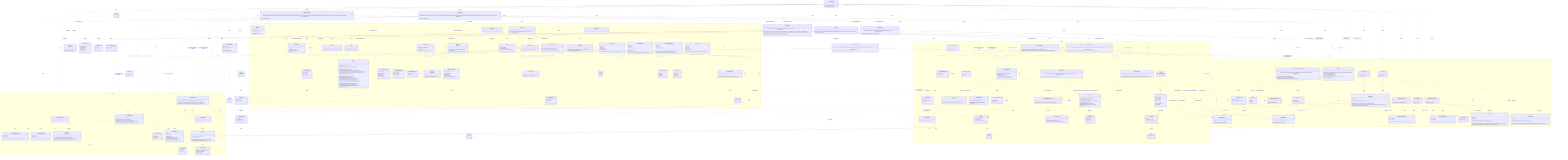
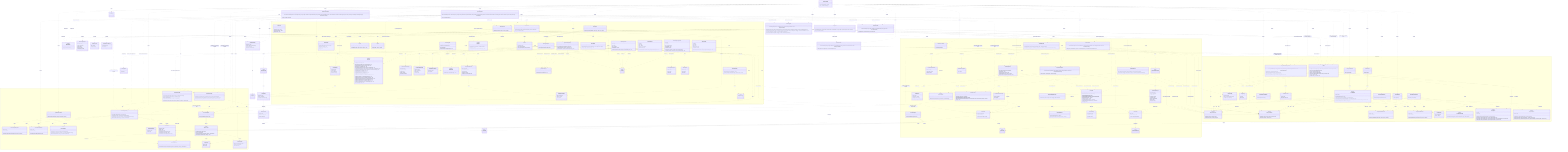
%% Authoritative, system-wide contract chart: every class and every relationship,
%% including the cross-domain interactions between modules.
%% For focused, per-domain views (intra-domain relationships only), see
%% docs/contracts/domains/ (one chart per domain + a README).
classDiagram
  direction TB

  class LicenseWizard {
    +LicenseWizard(args: string[])
    +run() Promise~Answer[]~
  }

  class IWizardMode {
    <<interface>>
    +run() Promise~Answer[]~
  }

  class InteractiveMode {
    +InteractiveMode(licenses: LicenseRepository, config: Config, manifests: ProjectManifestRepository, installer: LicenseInstaller, generator: LicenseGenerator, headers: HeaderApplier, renderer: IRenderer, reporter: IReporter, flags: WizardFlags)
    +run() Promise~Answer[]~
  }

  class NonInteractiveMode {
    +NonInteractiveMode(licenses: LicenseRepository, config: Config, manifests: ProjectManifestRepository, installer: LicenseInstaller, generator: LicenseGenerator, headers: HeaderApplier, reporter: IReporter, flags: WizardFlags, saveTargetByFlag: Record~string, string~)
    +run() Promise~Answer[]~
  }

  class VerifyMode {
    +VerifyMode(verifier: LicenseVerifier, headerVerifier: HeaderVerifier, config: Config, reporter: IReporter, strict: boolean)
    +run() Promise~Answer[]~
  }

  class WizardFlags {
    <<type>>
  }

  class HeaderApplier {
    +HeaderApplier(licenses: LicenseRepository, reader: IFileSystemReader, writer: IFileSystemWriter)
    +apply(licenseId: string, style: HeaderStyle, tokens: Record~string, string~, extraIgnores: string[]) Promise~HeaderApplyReport~
    +preview(licenseId: string, style: HeaderStyle, tokens: Record~string, string~, extraIgnores: string[]) Promise~HeaderPreview | null~
    +remove(extraIgnores: string[]) Promise~HeaderRemovalReport~
    +previewRemoval(extraIgnores: string[]) Promise~HeaderRemovalReport~
  }

  class HeaderApplyReport {
    +licenseId: string
    +style: HeaderStyle
    +total: number
    +written: number
    +unchanged: number
  }

  class HeaderPreview {
    +files: string[]
    +sample: string
  }

  class HeaderRemovalReport {
    +removed: string[]
    +total: number
  }

  class LicenseInstaller {
    +LicenseInstaller(config: Config, manifests: ProjectManifestRepository, generator: LicenseGenerator)
    +install(selection: LicenseSelection) Promise~void~
  }

  class LicenseVerifier {
    +LicenseVerifier(config: Config, manifests: ProjectManifestRepository, generator: LicenseGenerator, reader: IFileSystemReader)
    +verify(options: VerifyOptions) Promise~VerifyOutcome~
  }

  class LicenseSelection {
    +licenseId: string
    +tokens: Record~string, string~
    +save: ConfigSave
    +headers?: HeaderConfig
  }

  class ConfigSave {
    <<union>>
  }

  class VerifyOptions {
    +fix: boolean
  }

  class VerifyOutcome {
    <<union>>
  }

  class VerifyReport {
    +licenseId: string
    +license: DriftStatus
    +manifests: ManifestCheck[]
  }

  class ManifestCheck {
    +name: string
    +declared: string | null
    +status: DriftStatus
  }

  class DriftStatus {
    <<union>>
  }

  namespace CLI {
    class FlagParser {
      +FlagParser(flags: object)
      +parse(args: string[]) object
      +formatHelp() string
    }

    class Orchestrator {
      +Orchestrator(repository: QuestionRepository, renderer: IRenderer)
      +run() Promise~Answer[]~
    }

    class IRenderer {
      <<interface>>
      +render(question: Question) Promise~Answer~
      +onCancel() string
      +complete(summary: CompletionSummary) void
    }

    class CompletionSummary {
      +licenseId: string
      +customized: boolean
      +savedTo: string
      +manifests: string[]
      +headers?: CompletionHeaders
    }

    class CompletionHeaders {
      +style: HeaderStyle
      +written: number
      +total: number
    }

    class ProgressBar {
      +ProgressBar(label: string, out?: object)
      +start(total: number) void
      +update(done: number) void
      +stop() void
    }

    class ClackRenderer {
      +ClackRenderer(meta: object, spinner: Spinner)
    }

    class IReporter {
      <<interface>>
      +usage(options: string) void
      +tokens(licenseId: string, slots: TemplateSlot[]) void
      +generated(licenseId: string, savedTo: string) void
      +dryRun(report: DryRunReport) void
      +missingFields(licenseId: string, missing: TemplateSlot[]) void
      +unknownFields(licenseId: string, unknown: string[], slots: TemplateSlot[]) void
      +licenseNotFound(licenseId: string, suggestions: LicenseIndexEntry[]) void
      +verifyMatch(report: VerifyReport) void
      +verifyFixed(report: VerifyReport) void
      +verifyMismatch(report: VerifyReport) void
      +headersNoFiles(licenseId: string) void
      +headersGenerated(report: HeaderGenerateReport) void
      +headersDryRun(report: HeaderDryRunReport) void
      +headersRemoved(report: HeaderRemoveReport) void
      +headersRemoveDryRun(report: HeaderRemoveReport) void
      +headersVerifyMatch(report: HeaderVerifyReport) void
      +headersVerifyFixed(report: HeaderVerifyReport) void
      +headersVerifyMismatch(report: HeaderVerifyReport) void
      +error(message: string) void
    }

    class HeaderGenerateReport {
      +licenseId: string
      +style: HeaderStyle
      +total: number
      +written: number
      +unchanged: number
    }

    class HeaderDryRunReport {
      +licenseId: string
      +style: HeaderStyle
      +files: string[]
      +sample: string
    }

    class HeaderRemoveReport {
      +removed: string[]
      +total: number
    }

    class DryRunReport {
      +licenseId: string
      +content: string
      +save: ConfigSave
      +manifests: string[]
    }

    class MessageReporter {
      +MessageReporter(sink: IOutputSink)
    }

    class CliReporter {
      +CliReporter(programName: string, out?: object, err?: object)
    }

    class IOutputSink {
      <<interface>>
      +emit(message: OutputMessage) void
    }

    class StreamSink {
      +StreamSink(presenter: ReportPresenter, out?: object, err?: object)
      +emit(message: OutputMessage) void
    }

    class RecordingSink {
      +RecordingSink()
      +emit(message: OutputMessage) void
      +messages: OutputMessage[]
    }

    class ReportPresenter {
      +ReportPresenter(programName: string)
      +present(message: OutputMessage, options: object) string
    }

    class OutputMessage {
      <<union>>
    }

    class Banner {
      +buildBanner(meta: object, options: object) string
    }

    class Spinner {
      +start(handle: object) Function
    }

    class QuestionRepository {
      +QuestionRepository(questions: Question[])
      +getByIndex(index: number) Question | null
      +insertAt(index: number, questions: Question[]) void
    }

    class QuestionLifecycle {
      +inject(questions: Question[]) void
    }

    class Question {
      <<union>>
    }

    class TextQuestion {
      +id: string
      +text: string
      +type: "text"
      +defaultValue: string
+       +required?: boolean
      +onAnswer(answer: Answer, lifecycle: QuestionLifecycle) void
    }

    class ConfirmQuestion {
      +id: string
      +text: string
      +type: "confirm"
      +defaultValue: boolean
      +onAnswer(answer: Answer, lifecycle: QuestionLifecycle) void
    }

    class AutocompleteQuestion {
      +id: string
      +text: string
      +type: "autocomplete"
      +defaultValue: string
+       +required?: boolean
      +search(query: string) Promise~AutocompleteOption[]~
      +onAnswer(answer: Answer, lifecycle: QuestionLifecycle) void
    }

    class AutocompleteOption {
      +value: string
      +label: string
      +hint: string
    }

    class SelectQuestion {
      +id: string
      +text: string
      +type: "select"
      +options: SelectOption[]
      +defaultValue: string
      +onAnswer(answer: Answer, lifecycle: QuestionLifecycle) void
    }

    class SelectOption {
      +value: string
      +label: string
      +hint: string
    }

    class Answer {
      +questionId: string
      +value: string | boolean
      +fields: Record~string, string | boolean~
    }
  }

  namespace Licensing {
    class LicenseRepository {
      +LicenseRepository(source: ILicenseSource)
      +search(query: string) Promise~LicenseIndexEntry[]~
      +suggest(query: string, limit: number) Promise~LicenseIndexEntry[]~
      +getLicense(licenseId: string) Promise~LicenseDetail~
    }

    class LicenseRepositoryError {
      +name: string
      +cause: unknown
      +LicenseRepositoryError(message: string, cause?: unknown)
    }

    class LicenseNotFoundError {
      +name: string
      +licenseId: string
      +LicenseNotFoundError(licenseId: string)
    }

    class ILicenseSource {
      <<interface>>
      +search(query: string) Promise~LicenseIndexEntry[]~
      +suggest(query: string, limit: number) Promise~LicenseIndexEntry[]~
      +fetchLicense(licenseId: string) Promise~LicenseDetail~
    }

    class SpdxLicenseSource {
-       +SpdxLicenseSource(ttlMs: number)
+       +SpdxLicenseSource(ttlMs?: number, timeoutMs?: number)
    }

    class LicenseIndexEntry {
      +licenseId: string
      +name: string
    }

    class LicenseDetail {
      +licenseId: string
      +name: string
      +licenseText: string
      +standardLicenseTemplate?: string
      +standardLicenseHeader?: string
      +standardLicenseHeaderTemplate?: string
    }

    class SpdxTemplate {
      <<abstract>>
      +SpdxTemplate(template: string)
      +slots() TemplateSlot[]
      +resolveSlots(entries: Map~string, string~) SlotResolution
      +render(values: Record~string, string~) string
    }

    class LicenseTemplate {
      +LicenseTemplate(template: string)
    }

+     class LicenseCopyright {
+       +LicenseCopyright(bodyTemplate: string, headerTemplate: string)
+       +fromDetail(detail: LicenseDetail)$ LicenseCopyright
+       +slots() TemplateSlot[]
+       +requiredSlots(fullHeader: boolean) TemplateSlot[]
+       +resolveFor(entries: Map~string, string~, fullHeader: boolean) SlotResolution
+     }
+ 
+     class resolveSlotEntries {
+       <<function>>
+       +resolveSlotEntries(slots: TemplateSlot[], entries: Map~string, string~) SlotResolution
+     }
+ 
    class TemplateSlot {
      +token: string
      +label: string
    }

    class SlotResolution {
      +values: Record~string, string~
      +missing: TemplateSlot[]
      +unknown: string[]
    }

    class LicenseGenerator {
      +LicenseGenerator(repository: LicenseRepository, writer: IFileSystemWriter)
      +generate(licenseId: string, slotValues?: Record~string, string~) Promise~void~
      +render(licenseId: string, slotValues?: Record~string, string~) Promise~string~
    }
  }

  namespace Configuration {
    class IFileSystemReader {
      <<interface>>
      +read(path: string) Promise~string~
      +exists(path: string) Promise~boolean~
    }

    class IFileSystemWriter {
      <<interface>>
      +write(path: string, content: string) Promise~void~
      +delete(path: string) Promise~void~
    }

    class NodeFileSystemReader {
      +NodeFileSystemReader()
    }

    class NodeFileSystemWriter {
      +NodeFileSystemWriter()
    }

    class FileSystemReaderError {
      +name: string
      +cause: unknown
      +FileSystemReaderError(message: string, cause?: unknown)
    }

    class FileSystemWriterError {
      +name: string
      +cause: unknown
      +FileSystemWriterError(message: string, cause?: unknown)
    }

    class WizardConfig {
      +licenseId: string
      +tokens?: Record~string, string~
      +headers?: HeaderConfig
    }

    class HeaderConfig {
      +style: HeaderStyle
+       +ignore?: string[]
+     }
+ 
+     class parseWizardConfig {
+       <<function>>
+       +parseWizardConfig(value: unknown, fileName: string) WizardConfig
    }

    class ConfigTarget {
      +id: string
      +label: string
    }

    class IConfigStore {
      <<interface>>
      +id: string
      +label: string
      +available(reader: IFileSystemReader) Promise~boolean~
      +read(reader: IFileSystemReader) Promise~WizardConfig | null~
      +write(reader: IFileSystemReader, writer: IFileSystemWriter, config: WizardConfig) Promise~void~
      +clear(reader: IFileSystemReader, writer: IFileSystemWriter) Promise~void~
    }

    class RcConfigStore {
      +RcConfigStore()
    }

    class ManifestConfigStore {
      +ManifestConfigStore(fileName: string)
    }

    class Config {
      +Config(stores: IConfigStore[], reader: IFileSystemReader, writer: IFileSystemWriter)
      +read() Promise~WizardConfig | null~
      +source() Promise~string | null~
      +targets() Promise~ConfigTarget[]~
      +write(config: WizardConfig, targetId: string) Promise~void~
      +clear() Promise~void~
      +clearHeaders() Promise~void~
    }

    class IProjectManifest {
      <<interface>>
      +name: string
      +exists(reader: IFileSystemReader) Promise~boolean~
      +readLicense(reader: IFileSystemReader) Promise~string | null~
      +writeLicense(reader: IFileSystemReader, writer: IFileSystemWriter, licenseId: string) Promise~void~
    }

    class JsonManifest {
      <<abstract>>
      +JsonManifest(fileName: string)
      +name: string
      +exists(reader: IFileSystemReader) Promise~boolean~
      +readLicense(reader: IFileSystemReader) Promise~string | null~
      +writeLicense(reader: IFileSystemReader, writer: IFileSystemWriter, licenseId: string) Promise~void~
      #extractLicenseId(value: unknown)* string | null
    }

    class NpmManifest {
      +NpmManifest()
    }

    class ComposerManifest {
      +ComposerManifest()
    }

    class ProjectManifestRepository {
      +ProjectManifestRepository(manifests: IProjectManifest[], reader: IFileSystemReader, writer: IFileSystemWriter)
      +readLicense() Promise~string | null~
      +writeLicense(licenseId: string) Promise~void~
      +declaredLicenses() Promise~ManifestLicense[]~
      +writeLicenseTo(name: string, licenseId: string) Promise~void~
    }

    class ManifestLicense {
      +name: string
      +licenseId: string | null
    }
  }

  namespace Headers {
    class HeaderPlan {
      +detail: LicenseDetail
      +style: HeaderStyle
      +tokens: Record~string, string~
    }

    class HeaderStyle {
      <<union>>
    }

    class HeaderRenderer {
      +HeaderRenderer(plan: HeaderPlan)
      +supportsFull(detail: LicenseDetail)$ boolean
+       +fullHeaderHasUnfilledPlaceholders(detail: LicenseDetail, tokens: Record~string, string~)$ boolean
      +body() string
    }

    class HeaderTemplate {
      +HeaderTemplate(template: string)
    }

    class HeaderComposer {
      +HeaderComposer(plan: HeaderPlan)
      +fingerprint() string
      +block(extension: string) string
      +hasManaged(content: string) boolean
      +apply(content: string, filePath: string) string
    }

    class SourceFileScanner {
      +SourceFileScanner(walker: IFileTreeWalker, reader: IFileSystemReader, matchers?: GitignoreMatcherFactory)
      +scan(options?: ScanOptions) Promise~string[]~
    }

    class ScanOptions {
      +root?: string
      +extensions?: string[]
      +extraIgnores?: string[]
    }

    class GitignoreMatcher {
      +GitignoreMatcher(patterns: string[])
      +ignores(path: string, isDirectory: boolean) boolean
    }

    class GitignoreMatcherFactory {
      +fromContent(content: string, extra?: string[]) GitignoreMatcher
    }

    class IFileTreeWalker {
      <<interface>>
      +walk(root: string, skipDirectory: Function) Promise~string[]~
    }

    class NodeFileTreeWalker {
      +NodeFileTreeWalker()
    }

    class HeaderInstaller {
      +HeaderInstaller(reader: IFileSystemReader, writer: IFileSystemWriter)
      +install(files: string[], plan: HeaderPlan, onProgress?: Function) Promise~HeaderInstallSummary~
    }

    class HeaderInstallSummary {
      +written: string[]
      +unchanged: string[]
+       +skipped: string[]
    }

    class SourceFile {
      +SourceFile(content: string, path: string)
      +extensionOf(path: string)$ string
      +commentStyleFor(extension: string)$ CommentStyle
      +hasManagedHeader() boolean
+       +canPlaceHeader() boolean
      +withoutManagedHeaders() SourceFile
      +withManagedHeader(block: string) SourceFile
      +toString() string
    }

    class CommentStyle {
      +blockStart: string
      +linePrefix: string
      +blockEnd: string
    }

    class HeaderRemover {
      +HeaderRemover(reader: IFileSystemReader, writer: IFileSystemWriter)
      +remove(files: string[], onProgress?: Function) Promise~HeaderRemoveSummary~
    }

    class HeaderRemoveSummary {
      +removed: string[]
      +total: number
    }

    class HeaderVerifier {
      +HeaderVerifier(scanner: SourceFileScanner, reader: IFileSystemReader, writer: IFileSystemWriter, licenses: LicenseRepository)
      +verify(config: WizardConfig, options: HeaderVerifyOptions) Promise~HeaderVerifyOutcome~
    }

    class HeaderVerifyOptions {
      +fix: boolean
    }

    class HeaderVerifyOutcome {
      <<union>>
    }

    class HeaderVerifyReport {
      +licenseId: string
      +style: HeaderStyle
      +total: number
      +matched: string[]
      +missing: string[]
      +drifted: HeaderDrift[]
      +fixed: string[]
+       +skipped: string[]
    }

    class HeaderDrift {
      +file: string
      +declares: object | null
      +reason: HeaderDriftReason
    }

    class HeaderDriftReason {
      <<union>>
    }
  }

  TextQuestion ..|> Question : member of
  ConfirmQuestion ..|> Question : member of
  AutocompleteQuestion ..|> Question : member of
  SelectQuestion ..|> Question : member of
  TextQuestion ..> QuestionLifecycle : onAnswer receives
  ConfirmQuestion ..> QuestionLifecycle : onAnswer receives
  AutocompleteQuestion ..> QuestionLifecycle : onAnswer receives
  SelectQuestion ..> QuestionLifecycle : onAnswer receives
  SelectQuestion ..> SelectOption : offers
  Orchestrator ..> QuestionLifecycle : creates
  ClackRenderer ..|> IRenderer : implements
  ClackRenderer ..> Spinner : uses
  ClackRenderer ..> Banner : renders
  IRenderer ..> CompletionSummary : renders
  ClackRenderer ..> CompletionSummary : renders
  MessageReporter ..|> IReporter : implements
  CliReporter --|> MessageReporter : terminal wiring
  MessageReporter ..> IOutputSink : emits to
  MessageReporter ..> OutputMessage : builds
  StreamSink ..|> IOutputSink : implements
  RecordingSink ..|> IOutputSink : implements
  StreamSink ..> ReportPresenter : renders with
  ReportPresenter ..> OutputMessage : renders
  CliReporter ..> StreamSink : wires
  CliReporter ..> ReportPresenter : wires
  MessageReporter ..> TemplateSlot : reads
  MessageReporter ..> VerifyReport : reads
  MessageReporter ..> DryRunReport : reads
  %% Composition root: LicenseWizard parses flags, builds the shared graph, and
  %% delegates each run to one of the three modes through IWizardMode.
  LicenseWizard ..> FlagParser : uses
  LicenseWizard ..> WizardFlags : parses
  LicenseWizard ..> CliReporter : creates
  LicenseWizard ..> IReporter : reports usage through
  LicenseWizard ..> ClackRenderer : creates
  LicenseWizard ..> SpdxLicenseSource : creates
  LicenseWizard ..> LicenseRepository : creates
  LicenseWizard ..> LicenseGenerator : creates
  LicenseWizard ..> LicenseInstaller : creates
  LicenseWizard ..> HeaderApplier : creates
  LicenseWizard ..> LicenseVerifier : creates
  LicenseWizard ..> IWizardMode : delegates the run to
  LicenseWizard ..> InteractiveMode : creates
  LicenseWizard ..> NonInteractiveMode : creates
  LicenseWizard ..> VerifyMode : creates
  InteractiveMode ..|> IWizardMode : implements
  NonInteractiveMode ..|> IWizardMode : implements
  VerifyMode ..|> IWizardMode : implements

  %% Interactive mode: the prompt-driven setup flow.
  InteractiveMode ..> ClackRenderer : renders through
  InteractiveMode ..> IRenderer : reports completion through
  InteractiveMode ..> Orchestrator : creates
  InteractiveMode ..> QuestionRepository : creates
  InteractiveMode ..> LicenseRepository : searches and resolves with
  InteractiveMode ..> LicenseTemplate : creates
  InteractiveMode ..> HeaderRenderer : checks full-header support with
  InteractiveMode ..> LicenseInstaller : applies selection through
  InteractiveMode ..> HeaderApplier : applies headers through
  InteractiveMode ..> LicenseGenerator : renders dry-run preview through
  InteractiveMode ..> Config : reads config and targets from
  InteractiveMode ..> ProjectManifestRepository : reads and reports manifests through
  InteractiveMode ..> IReporter : reports dry-run through
  InteractiveMode ..> LicenseSelection : builds
  InteractiveMode ..> DryRunReport : builds

  %% Non-interactive mode: flag-driven generation, apply-config, and removal.
  NonInteractiveMode ..> LicenseRepository : resolves and suggests with
  NonInteractiveMode ..> LicenseTemplate : creates
  NonInteractiveMode ..> HeaderRenderer : checks full-header support with
  NonInteractiveMode ..> LicenseInstaller : applies selection through
  NonInteractiveMode ..> HeaderApplier : applies headers through
  NonInteractiveMode ..> LicenseGenerator : renders dry-run preview through
  NonInteractiveMode ..> Config : reads config and clears headers through
  NonInteractiveMode ..> ProjectManifestRepository : reports manifests through
  NonInteractiveMode ..> IReporter : reports through
  NonInteractiveMode ..> LicenseSelection : builds
  NonInteractiveMode ..> DryRunReport : builds
  NonInteractiveMode ..> LicenseNotFoundError : handles

  %% Verify mode: LICENSE/manifest and source-header verification.
  VerifyMode ..> LicenseVerifier : verifies through
  VerifyMode ..> HeaderVerifier : verifies headers through
  VerifyMode ..> Config : reads config from
  VerifyMode ..> IReporter : reports through

  LicenseInstaller ..> Config : uses
  LicenseInstaller ..> ProjectManifestRepository : writes selection to
  LicenseInstaller ..> LicenseGenerator : uses
  LicenseInstaller ..> LicenseSelection : applies
  LicenseVerifier ..> Config : reads config from
  LicenseVerifier ..> ProjectManifestRepository : checks and reconciles manifests through
  LicenseVerifier ..> LicenseGenerator : re-renders and rewrites with
  LicenseVerifier ..> IFileSystemReader : reads LICENSE through
  LicenseVerifier ..> VerifyOptions : configured by
  LicenseVerifier ..> VerifyOutcome : returns
  VerifyOutcome ..> VerifyReport : carries
  VerifyReport ..> ManifestCheck : aggregates
  VerifyReport ..> DriftStatus : statuses by
  ManifestCheck ..> DriftStatus : status by
  ProjectManifestRepository ..> ManifestLicense : produces
  LicenseSelection ..> ConfigSave : has
  DryRunReport ..> ConfigSave : carries
  Orchestrator ..> QuestionRepository : gets questions from
  Orchestrator ..> IRenderer : feeds questions to
  ClackRenderer ..> Question : renders
  QuestionRepository ..> Question : produces
  AutocompleteQuestion ..> AutocompleteOption : search produces
  Orchestrator ..> Answer : collects
  SpdxLicenseSource ..|> ILicenseSource : implements
  LicenseRepository ..> ILicenseSource : uses
  LicenseRepository ..> LicenseIndexEntry : produces
  LicenseRepository ..> LicenseDetail : produces
  LicenseRepository ..> LicenseRepositoryError : throws
  LicenseRepository ..> LicenseNotFoundError : throws
  SpdxLicenseSource ..> LicenseNotFoundError : throws
  MessageReporter ..> LicenseIndexEntry : reads
  LicenseGenerator ..> LicenseRepository : uses
  LicenseGenerator ..> IFileSystemWriter : uses
  LicenseGenerator ..> LicenseTemplate : uses
  LicenseTemplate --|> SpdxTemplate : extends
+   LicenseCopyright ..> LicenseTemplate : parses body and header with
+   LicenseCopyright ..> resolveSlotEntries : resolves with
+   SpdxTemplate ..> resolveSlotEntries : resolves with
  HeaderTemplate --|> SpdxTemplate : extends
  SpdxTemplate ..> TemplateSlot : produces
  SpdxTemplate ..> SlotResolution : produces
  NodeFileSystemReader ..|> IFileSystemReader : implements
  NodeFileSystemWriter ..|> IFileSystemWriter : implements
  NodeFileSystemReader ..> FileSystemReaderError : throws
  NodeFileSystemWriter ..> FileSystemWriterError : throws
  Config ..> IConfigStore : coordinates
  Config ..> IFileSystemReader : uses
  Config ..> IFileSystemWriter : uses
  Config ..> WizardConfig : produces
  Config ..> ConfigTarget : produces
  Config ..> FileSystemWriterError : throws
  RcConfigStore ..|> IConfigStore : implements
  ManifestConfigStore ..|> IConfigStore : implements
  RcConfigStore ..> IFileSystemReader : uses
  RcConfigStore ..> IFileSystemWriter : uses
  RcConfigStore ..> FileSystemReaderError : throws
  RcConfigStore ..> FileSystemWriterError : throws
  ManifestConfigStore ..> IFileSystemReader : uses
  ManifestConfigStore ..> IFileSystemWriter : uses
  ManifestConfigStore ..> FileSystemReaderError : throws
  ManifestConfigStore ..> FileSystemWriterError : throws
  JsonManifest ..|> IProjectManifest : implements
  NpmManifest --|> JsonManifest : extends
  ComposerManifest --|> JsonManifest : extends
  JsonManifest ..> IFileSystemReader : uses
  JsonManifest ..> IFileSystemWriter : uses
  JsonManifest ..> FileSystemReaderError : throws
  JsonManifest ..> FileSystemWriterError : throws
  ProjectManifestRepository ..> IProjectManifest : coordinates
  ProjectManifestRepository ..> IFileSystemReader : uses
  ProjectManifestRepository ..> IFileSystemWriter : uses
  LicenseWizard ..> NodeFileSystemReader : creates
  LicenseWizard ..> NodeFileSystemWriter : creates
  LicenseWizard ..> Config : creates
  LicenseWizard ..> RcConfigStore : creates
  LicenseWizard ..> ManifestConfigStore : creates
  LicenseWizard ..> NpmManifest : creates
  LicenseWizard ..> ComposerManifest : creates
  LicenseWizard ..> ProjectManifestRepository : creates
  LicenseWizard ..> HeaderVerifier : creates
  LicenseWizard ..> SourceFileScanner : creates
  LicenseWizard ..> NodeFileTreeWalker : creates
  %% HeaderApplier owns the source-file header surface for both write modes.
  HeaderApplier ..> SourceFileScanner : creates
  HeaderApplier ..> NodeFileTreeWalker : creates
  HeaderApplier ..> HeaderInstaller : creates
  HeaderApplier ..> HeaderInstaller : writes headers through
  HeaderApplier ..> HeaderRemover : creates
  HeaderApplier ..> HeaderRemover : removes headers through
  HeaderApplier ..> SourceFile : previews removal with
  HeaderApplier ..> HeaderComposer : previews header block with
  HeaderApplier ..> ProgressBar : drives header progress with
  HeaderApplier ..> HeaderPlan : builds
  HeaderApplier ..> LicenseRepository : fetches header detail through
  HeaderApplier ..> HeaderApplyReport : produces
  HeaderApplier ..> HeaderPreview : produces
  HeaderApplier ..> HeaderRemovalReport : produces
  MessageReporter ..> HeaderGenerateReport : reads
  MessageReporter ..> HeaderDryRunReport : reads
  MessageReporter ..> HeaderRemoveReport : reads
  MessageReporter ..> HeaderVerifyReport : reads
  MessageReporter ..> HeaderDrift : reduces drift from
  HeaderConfig ..> HeaderStyle : style by
  HeaderPlan ..> LicenseDetail : carries
  HeaderPlan ..> HeaderStyle : styled by
  HeaderRenderer ..> HeaderPlan : renders
  HeaderRenderer ..> HeaderTemplate : substitutes header template with
  HeaderComposer ..> HeaderPlan : composes
  HeaderComposer ..> HeaderRenderer : renders body with
  HeaderInstaller ..> HeaderComposer : applies header with
  HeaderInstaller ..> HeaderPlan : applies
  HeaderInstaller ..> IFileSystemReader : reads files through
  HeaderInstaller ..> IFileSystemWriter : writes files through
  HeaderInstaller ..> HeaderInstallSummary : produces
  HeaderRemover ..> SourceFile : strips header through
  HeaderRemover ..> IFileSystemReader : reads files through
  HeaderRemover ..> IFileSystemWriter : writes files through
  HeaderRemover ..> HeaderRemoveSummary : produces
  HeaderComposer ..> SourceFile : places header through
  SourceFile ..> CommentStyle : wraps with
  SourceFileScanner ..> SourceFile : derives extension with
  HeaderVerifier ..> SourceFileScanner : rediscovers files through
  HeaderVerifier ..> HeaderComposer : compares against
  HeaderVerifier ..> LicenseRepository : fetches header detail through
  HeaderVerifier ..> IFileSystemReader : reads files through
  HeaderVerifier ..> IFileSystemWriter : rewrites files through
  HeaderVerifier ..> WizardConfig : verifies against
  HeaderVerifier ..> HeaderVerifyOptions : configured by
  HeaderVerifier ..> HeaderVerifyOutcome : returns
  HeaderVerifyOutcome ..> HeaderVerifyReport : carries
  HeaderVerifyReport ..> HeaderDrift : details drift by
  HeaderDrift ..> HeaderDriftReason : explained by
  HeaderVerifier ..> HeaderDrift : classifies drift into
  SourceFileScanner ..> IFileTreeWalker : walks with
  SourceFileScanner ..> IFileSystemReader : reads .gitignore through
  SourceFileScanner ..> GitignoreMatcherFactory : builds matchers with
  SourceFileScanner ..> GitignoreMatcher : filters with
  SourceFileScanner ..> ScanOptions : configured by
  GitignoreMatcherFactory ..> GitignoreMatcher : creates
  NodeFileTreeWalker ..|> IFileTreeWalker : implements
  ClackRenderer ..> CompletionHeaders : renders
  CompletionSummary ..> CompletionHeaders : carries
